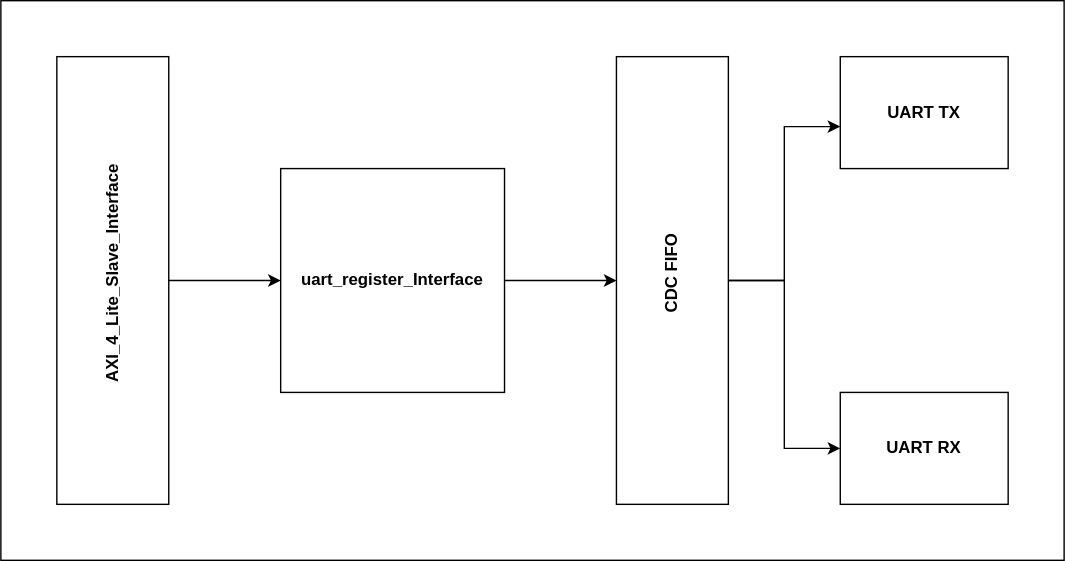
The draw.io diagram document/uart_subsystem_topview.svg in ADN-VLSI/SC-SoC, before a commit. Source tidied: cells renumbered, new cells last; positions are measured from the earlier drawing's top-left corner, leaving out a move shared by most shapes. Source of this version:
```xml
<mxGraphModel>
  <root>
    <mxCell id="0" />
    <mxCell id="1" parent="0" />
    <mxCell id="2" style="rounded=0;whiteSpace=wrap;html=1;" parent="1" vertex="1">
      <mxGeometry width="760" height="400" as="geometry" />
    </mxCell>
    <mxCell id="3" style="rounded=0;whiteSpace=wrap;html=1;direction=west;flipH=1;flipV=1;" parent="1" vertex="1">
      <mxGeometry x="40" y="40" width="80" height="320" as="geometry" />
    </mxCell>
    <mxCell id="4" value="&lt;b&gt;uart_register_Interface&lt;/b&gt;" style="rounded=0;whiteSpace=wrap;html=1;" parent="1" vertex="1">
      <mxGeometry x="200" y="120" width="160" height="160" as="geometry" />
    </mxCell>
    <mxCell id="5" style="rounded=0;whiteSpace=wrap;html=1;direction=south;" parent="1" vertex="1">
      <mxGeometry x="440" y="40" width="80" height="320" as="geometry" />
    </mxCell>
    <mxCell id="6" value="&lt;b&gt;UART TX&lt;/b&gt;" style="rounded=0;whiteSpace=wrap;html=1;" parent="1" vertex="1">
      <mxGeometry x="600" y="40" width="120" height="80" as="geometry" />
    </mxCell>
    <mxCell id="7" value="&lt;b&gt;UART RX&lt;/b&gt;" style="rounded=0;whiteSpace=wrap;html=1;" parent="1" vertex="1">
      <mxGeometry x="600" y="280" width="120" height="80" as="geometry" />
    </mxCell>
    <mxCell id="8" value="&lt;b&gt;AXI_4_Lite_Slave_Interface&lt;/b&gt;" style="text;html=1;align=center;verticalAlign=middle;whiteSpace=wrap;rounded=0;rotation=270;" parent="1" vertex="1">
      <mxGeometry x="50" y="180" width="60" height="30" as="geometry" />
    </mxCell>
    <mxCell id="9" value="&lt;b&gt;CDC FIFO&lt;/b&gt;" style="text;html=1;align=center;verticalAlign=middle;whiteSpace=wrap;rounded=0;rotation=270;" parent="1" vertex="1">
      <mxGeometry x="450" y="180" width="60" height="30" as="geometry" />
    </mxCell>
    <mxCell id="10" style="endArrow=classic;html=1;exitX=0.5;exitY=0;exitDx=0;exitDy=0;entryX=0;entryY=0.625;entryDx=0;entryDy=0;entryPerimeter=0;rounded=0;curved=0;" parent="1" edge="1">
      <mxGeometry relative="1" as="geometry">
        <mxPoint x="520" y="200" as="sourcePoint" />
        <mxPoint x="600" y="90" as="targetPoint" />
        <Array as="points">
          <mxPoint x="560" y="200" />
          <mxPoint x="560" y="90" />
        </Array>
      </mxGeometry>
    </mxCell>
    <mxCell id="11" style="endArrow=classic;html=1;exitX=0.5;exitY=0;exitDx=0;exitDy=0;entryX=0;entryY=0.625;entryDx=0;entryDy=0;entryPerimeter=0;rounded=0;curved=0;" parent="1" edge="1" source="5">
      <mxGeometry relative="1" as="geometry">
        <mxPoint x="600" y="320" as="targetPoint" />
        <Array as="points">
          <mxPoint x="560" y="200" />
          <mxPoint x="560" y="320" />
        </Array>
      </mxGeometry>
    </mxCell>
    <mxCell id="12" style="endArrow=classic;html=1;exitX=1;exitY=0.5;exitDx=0;exitDy=0;entryX=0.5;entryY=1;entryDx=0;entryDy=0;" parent="1" edge="1" source="4" target="5">
      <mxGeometry relative="1" as="geometry" />
    </mxCell>
    <mxCell id="13" style="endArrow=classic;html=1;exitX=0;exitY=0.5;exitDx=0;exitDy=0;entryX=0;entryY=0.5;entryDx=0;entryDy=0;" parent="1" edge="1" source="3" target="4">
      <mxGeometry relative="1" as="geometry" />
    </mxCell>
  </root>
</mxGraphModel>
```
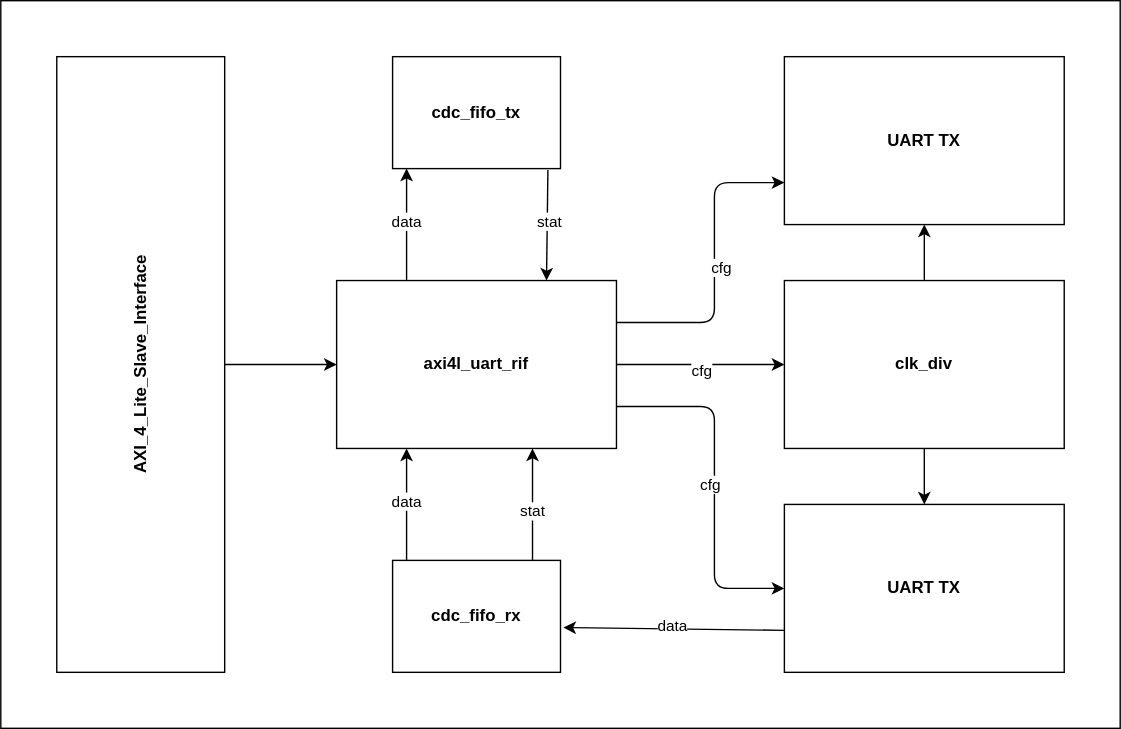
Later version of the same file.

Change to the diagram source:
```diff
@@ -2,54 +2,108 @@
   <root>
     <mxCell id="0" />
     <mxCell id="1" parent="0" />
-    <mxCell id="2" style="rounded=0;whiteSpace=wrap;html=1;" parent="1" vertex="1">
-      <mxGeometry width="760" height="400" as="geometry" />
-    </mxCell>
+    <mxCell id="14" style="rounded=0;whiteSpace=wrap;html=1;" parent="1" vertex="1">
+      <mxGeometry x="-40" y="-40" width="800" height="520" as="geometry" />
+    </mxCell>
+    <mxCell id="13" style="edgeStyle=none;html=1;" parent="1" edge="1" source="3" target="4">
+      <mxGeometry relative="1" as="geometry" />
+    </mxCell>
     <mxCell id="3" style="rounded=0;whiteSpace=wrap;html=1;direction=west;flipH=1;flipV=1;" parent="1" vertex="1">
-      <mxGeometry x="40" y="40" width="80" height="320" as="geometry" />
+      <mxGeometry width="120" height="440" as="geometry" />
     </mxCell>
-    <mxCell id="4" value="&lt;b&gt;uart_register_Interface&lt;/b&gt;" style="rounded=0;whiteSpace=wrap;html=1;" parent="1" vertex="1">
-      <mxGeometry x="200" y="120" width="160" height="160" as="geometry" />
+    <mxCell id="4" value="&lt;b&gt;axi4l_uart_rif&lt;/b&gt;" style="rounded=0;whiteSpace=wrap;html=1;" parent="1" vertex="1">
+      <mxGeometry x="200" y="160" width="200" height="120" as="geometry" />
     </mxCell>
-    <mxCell id="5" style="rounded=0;whiteSpace=wrap;html=1;direction=south;" parent="1" vertex="1">
-      <mxGeometry x="440" y="40" width="80" height="320" as="geometry" />
+    <mxCell id="5" value="&lt;b&gt;cdc_fifo_tx&lt;/b&gt;" style="rounded=0;whiteSpace=wrap;html=1;direction=south;" parent="1" vertex="1">
+      <mxGeometry x="240" width="120" height="80" as="geometry" />
     </mxCell>
     <mxCell id="6" value="&lt;b&gt;UART TX&lt;/b&gt;" style="rounded=0;whiteSpace=wrap;html=1;" parent="1" vertex="1">
-      <mxGeometry x="600" y="40" width="120" height="80" as="geometry" />
+      <mxGeometry x="520" width="200" height="120" as="geometry" />
     </mxCell>
-    <mxCell id="7" value="&lt;b&gt;UART RX&lt;/b&gt;" style="rounded=0;whiteSpace=wrap;html=1;" parent="1" vertex="1">
-      <mxGeometry x="600" y="280" width="120" height="80" as="geometry" />
-    </mxCell>
     <mxCell id="8" value="&lt;b&gt;AXI_4_Lite_Slave_Interface&lt;/b&gt;" style="text;html=1;align=center;verticalAlign=middle;whiteSpace=wrap;rounded=0;rotation=270;" parent="1" vertex="1">
-      <mxGeometry x="50" y="180" width="60" height="30" as="geometry" />
+      <mxGeometry x="30" y="205" width="60" height="30" as="geometry" />
     </mxCell>
-    <mxCell id="9" value="&lt;b&gt;CDC FIFO&lt;/b&gt;" style="text;html=1;align=center;verticalAlign=middle;whiteSpace=wrap;rounded=0;rotation=270;" parent="1" vertex="1">
-      <mxGeometry x="450" y="180" width="60" height="30" as="geometry" />
-    </mxCell>
-    <mxCell id="10" style="endArrow=classic;html=1;exitX=0.5;exitY=0;exitDx=0;exitDy=0;entryX=0;entryY=0.625;entryDx=0;entryDy=0;entryPerimeter=0;rounded=0;curved=0;" parent="1" edge="1">
-      <mxGeometry relative="1" as="geometry">
-        <mxPoint x="520" y="200" as="sourcePoint" />
-        <mxPoint x="600" y="90" as="targetPoint" />
-        <Array as="points">
-          <mxPoint x="560" y="200" />
-          <mxPoint x="560" y="90" />
-        </Array>
-      </mxGeometry>
-    </mxCell>
-    <mxCell id="11" style="endArrow=classic;html=1;exitX=0.5;exitY=0;exitDx=0;exitDy=0;entryX=0;entryY=0.625;entryDx=0;entryDy=0;entryPerimeter=0;rounded=0;curved=0;" parent="1" edge="1" source="5">
-      <mxGeometry relative="1" as="geometry">
-        <mxPoint x="600" y="320" as="targetPoint" />
-        <Array as="points">
-          <mxPoint x="560" y="200" />
-          <mxPoint x="560" y="320" />
-        </Array>
-      </mxGeometry>
-    </mxCell>
-    <mxCell id="12" style="endArrow=classic;html=1;exitX=1;exitY=0.5;exitDx=0;exitDy=0;entryX=0.5;entryY=1;entryDx=0;entryDy=0;" parent="1" edge="1" source="4" target="5">
-      <mxGeometry relative="1" as="geometry" />
-    </mxCell>
-    <mxCell id="13" style="endArrow=classic;html=1;exitX=0;exitY=0.5;exitDx=0;exitDy=0;entryX=0;entryY=0.5;entryDx=0;entryDy=0;" parent="1" edge="1" source="3" target="4">
-      <mxGeometry relative="1" as="geometry" />
-    </mxCell>
+    <mxCell id="2" value="&lt;b&gt;cdc_fifo_rx&lt;/b&gt;" style="rounded=0;whiteSpace=wrap;html=1;direction=south;" parent="1" vertex="1">
+      <mxGeometry x="240" y="360" width="120" height="80" as="geometry" />
+    </mxCell>
+    <mxCell id="15" value="&lt;b&gt;UART TX&lt;/b&gt;" style="rounded=0;whiteSpace=wrap;html=1;" parent="1" vertex="1">
+      <mxGeometry x="520" y="320" width="200" height="120" as="geometry" />
+    </mxCell>
+    <mxCell id="16" value="&lt;b&gt;clk_div&lt;/b&gt;" style="rounded=0;whiteSpace=wrap;html=1;" parent="1" vertex="1">
+      <mxGeometry x="520" y="160" width="200" height="120" as="geometry" />
+    </mxCell>
+    <mxCell id="17" style="endArrow=classic;html=1;exitX=0.25;exitY=0;exitDx=0;exitDy=0;" parent="1" edge="1" source="4">
+      <mxGeometry relative="1" as="geometry">
+        <mxPoint x="250" y="80" as="targetPoint" />
+      </mxGeometry>
+    </mxCell>
+    <mxCell id="18" value="data" style="edgeLabel;html=1;align=center;verticalAlign=middle;" parent="17" vertex="1">
+      <mxGeometry x="0.07" y="1" relative="1" as="geometry" />
+    </mxCell>
+    <mxCell id="19" style="endArrow=classic;html=1;entryX=1;entryY=0.25;entryDx=0;entryDy=0;" parent="1" edge="1">
+      <mxGeometry relative="1" as="geometry">
+        <mxPoint x="340" y="360" as="sourcePoint" />
+        <mxPoint x="340" y="280" as="targetPoint" />
+      </mxGeometry>
+    </mxCell>
+    <mxCell id="20" value="stat" style="edgeLabel;html=1;align=center;verticalAlign=middle;" parent="19" vertex="1">
+      <mxGeometry x="-0.1" y="1" relative="1" as="geometry" />
+    </mxCell>
+    <mxCell id="21" style="endArrow=classic;html=1;exitX=0.25;exitY=0;exitDx=0;exitDy=0;" parent="1" edge="1">
+      <mxGeometry relative="1" as="geometry">
+        <mxPoint x="250" y="360" as="sourcePoint" />
+        <mxPoint x="250" y="280" as="targetPoint" />
+      </mxGeometry>
+    </mxCell>
+    <mxCell id="22" value="data" style="edgeLabel;html=1;align=center;verticalAlign=middle;" parent="21" vertex="1">
+      <mxGeometry x="0.07" y="1" relative="1" as="geometry" />
+    </mxCell>
+    <mxCell id="23" style="endArrow=classic;html=1;entryX=0.75;entryY=0;entryDx=0;entryDy=0;exitX=1.013;exitY=0.075;exitDx=0;exitDy=0;exitPerimeter=0;" parent="1" edge="1" source="5" target="4">
+      <mxGeometry relative="1" as="geometry" />
+    </mxCell>
+    <mxCell id="24" value="stat" style="edgeLabel;html=1;align=center;verticalAlign=middle;" parent="23" vertex="1">
+      <mxGeometry x="-0.1" y="1" relative="1" as="geometry" />
+    </mxCell>
+    <mxCell id="25" style="endArrow=classic;html=1;exitX=1;exitY=0.5;exitDx=0;exitDy=0;entryX=0;entryY=0.5;entryDx=0;entryDy=0;" parent="1" edge="1" source="4" target="16">
+      <mxGeometry relative="1" as="geometry" />
+    </mxCell>
+    <mxCell id="26" value="cfg" style="edgeLabel;html=1;align=center;verticalAlign=middle;" parent="25" vertex="1">
+      <mxGeometry y="-4" relative="1" as="geometry" />
+    </mxCell>
+    <mxCell id="27" style="endArrow=classic;html=1;exitX=1;exitY=0.25;exitDx=0;exitDy=0;entryX=0;entryY=0.75;entryDx=0;entryDy=0;" parent="1" edge="1" source="4" target="6">
+      <mxGeometry relative="1" as="geometry">
+        <Array as="points">
+          <mxPoint x="470" y="190" />
+          <mxPoint x="470" y="90" />
+        </Array>
+      </mxGeometry>
+    </mxCell>
+    <mxCell id="28" value="cfg" style="edgeLabel;html=1;align=center;verticalAlign=middle;" parent="27" vertex="1">
+      <mxGeometry y="-4" relative="1" as="geometry" />
+    </mxCell>
+    <mxCell id="29" style="endArrow=classic;html=1;exitX=1;exitY=0.75;exitDx=0;exitDy=0;entryX=0;entryY=0.75;entryDx=0;entryDy=0;" parent="1" edge="1" source="4">
+      <mxGeometry relative="1" as="geometry">
+        <mxPoint x="520" y="380" as="targetPoint" />
+        <Array as="points">
+          <mxPoint x="470" y="250" />
+          <mxPoint x="470" y="380" />
+        </Array>
+      </mxGeometry>
+    </mxCell>
+    <mxCell id="30" value="cfg" style="edgeLabel;html=1;align=center;verticalAlign=middle;" parent="29" vertex="1">
+      <mxGeometry y="-4" relative="1" as="geometry" />
+    </mxCell>
+    <mxCell id="31" style="endArrow=classic;html=1;entryX=0.5;entryY=0;entryDx=0;entryDy=0;exitX=0.5;exitY=1;exitDx=0;exitDy=0;" parent="1" edge="1" source="16" target="15">
+      <mxGeometry relative="1" as="geometry" />
+    </mxCell>
+    <mxCell id="32" style="endArrow=classic;html=1;exitX=0.5;exitY=0;exitDx=0;exitDy=0;entryX=0.5;entryY=1;entryDx=0;entryDy=0;" parent="1" edge="1" source="16" target="6">
+      <mxGeometry relative="1" as="geometry" />
+    </mxCell>
+    <mxCell id="33" style="endArrow=classic;html=1;exitX=0;exitY=0.75;exitDx=0;exitDy=0;entryX=0.6;entryY=-0.017;entryDx=0;entryDy=0;entryPerimeter=0;" parent="1" edge="1" source="15" target="2">
+      <mxGeometry relative="1" as="geometry" />
+    </mxCell>
+    <mxCell id="34" value="data" style="edgeLabel;html=1;align=center;verticalAlign=middle;" parent="33" vertex="1">
+      <mxGeometry x="0.03" y="-2" relative="1" as="geometry" />
+    </mxCell>
   </root>
 </mxGraphModel>
```
